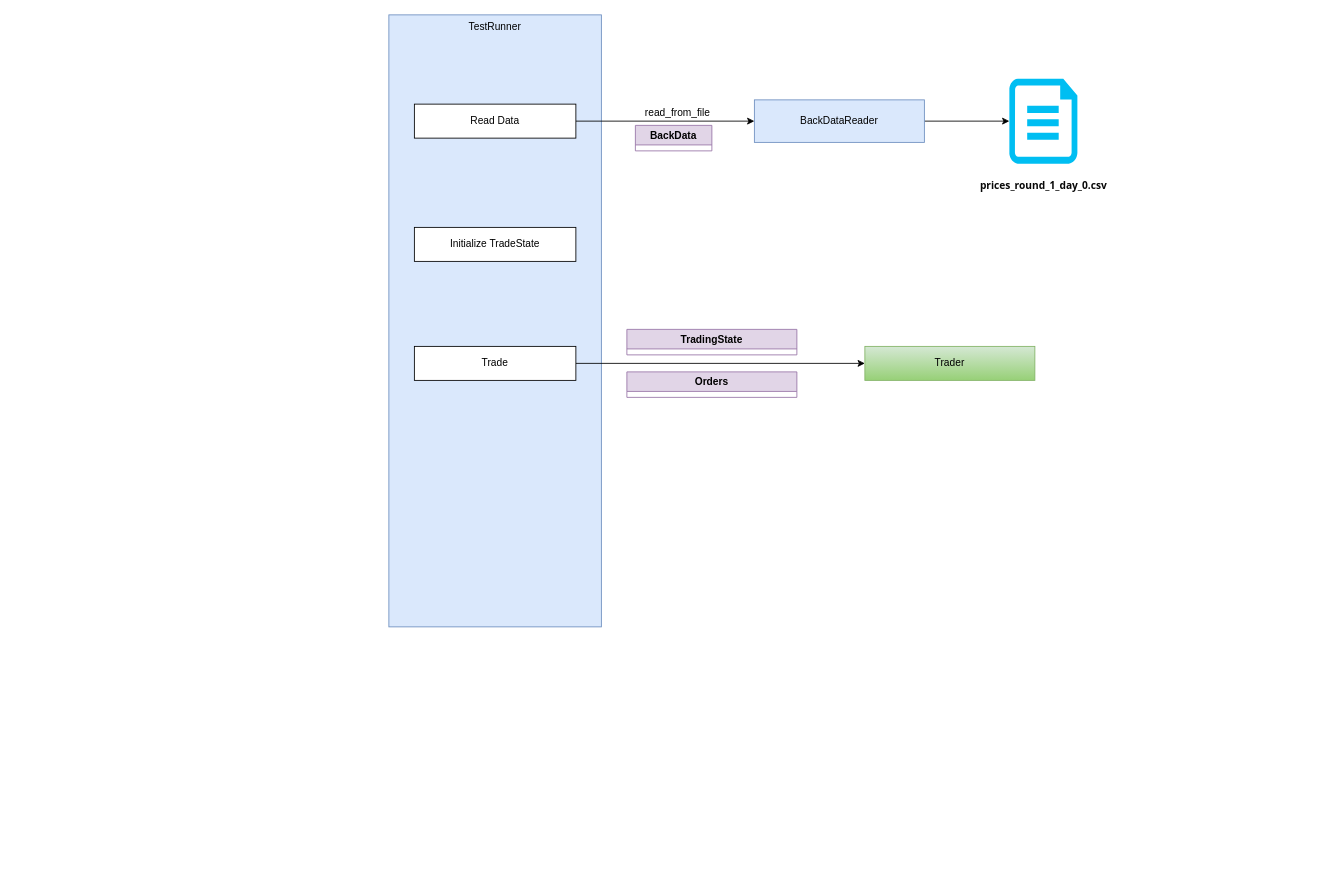
Earlier version of the draw.io diagram backtester.drawio (Fiend-Star/prosperity4-tester-private). Source tidied: cells renumbered, new cells numbered last; positions are measured from the earlier drawing's top-left corner, leaving out a move shared by most shapes. Both pictures are drawn from the tidied source at 85%, with x=0, y=0 at pixel (388, 14).
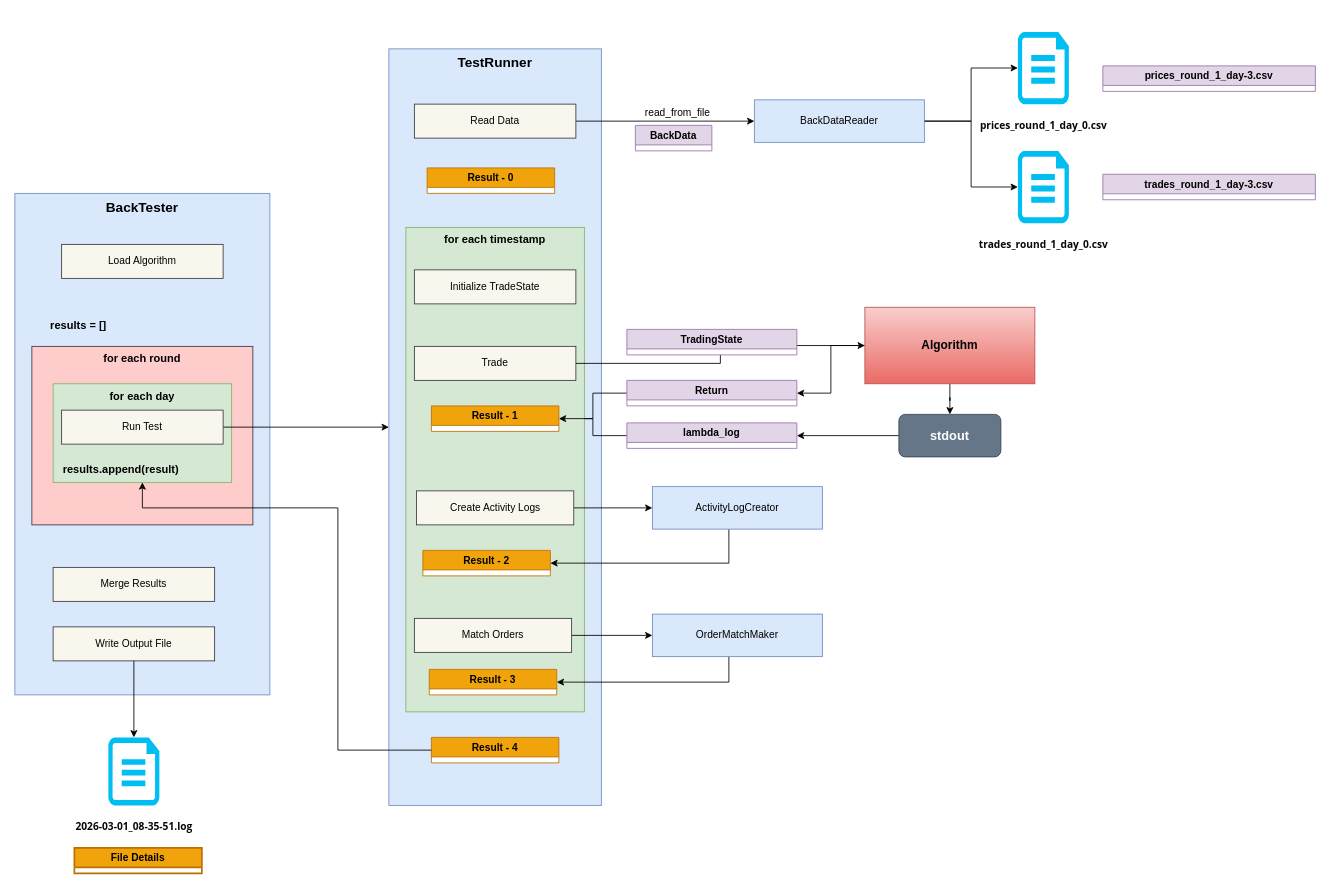
Above is the later version.

Unchanged cells that the change refers to:
```xml
<mxCell id="3" value="BackDataReader" style="rounded=0;whiteSpace=wrap;html=1;fillColor=#dae8fc;strokeColor=#6c8ebf;" parent="1" vertex="1">
  <mxGeometry x="430" y="100" width="200" height="50" as="geometry" />
</mxCell>
```

What changed in the source:
```diff
@@
     <mxCell id="4" value="&lt;div style=&quot;background-color:#ffffff;color:#080808&quot;&gt;&lt;pre style=&quot;font-family:'Segoe UI';font-size:9.0pt;&quot;&gt;&lt;b&gt;prices_round_1_day_0.csv&lt;/b&gt;&lt;/pre&gt;&lt;/div&gt;" style="verticalLabelPosition=bottom;html=1;verticalAlign=top;align=center;strokeColor=none;fillColor=#00BEF2;shape=mxgraph.azure.cloud_services_configuration_file;" parent="1" vertex="1">
-      <mxGeometry x="730" y="75" width="80" height="100" as="geometry" />
+      <mxGeometry x="740" y="20" width="60" height="85" as="geometry" />
     </mxCell>
-    <mxCell id="5" value="TestRunner" style="rounded=0;whiteSpace=wrap;html=1;fillColor=#dae8fc;strokeColor=#6c8ebf;verticalAlign=top;" parent="1" vertex="1">
-      <mxGeometry width="250" height="720" as="geometry" />
+    <mxCell id="5" value="TestRunner" style="rounded=0;whiteSpace=wrap;html=1;fillColor=#dae8fc;strokeColor=#6c8ebf;verticalAlign=top;fontStyle=1;fontSize=16;" parent="1" vertex="1">
+      <mxGeometry y="40" width="250" height="890" as="geometry" />
     </mxCell>
@@
+    <mxCell id="16" style="edgeStyle=orthogonalEdgeStyle;rounded=0;jettySize=auto;html=1;" parent="1" edge="1" source="7" target="23">
+      <mxGeometry relative="1" as="geometry" />
+    </mxCell>
+    <mxCell id="17" style="edgeStyle=orthogonalEdgeStyle;rounded=0;jettySize=auto;html=1;entryX=1;entryY=0.5;entryDx=0;entryDy=0;" parent="1" edge="1" source="7" target="8">
+      <mxGeometry relative="1" as="geometry" />
+    </mxCell>
-    <mxCell id="7" value="Trader" style="rounded=0;whiteSpace=wrap;html=1;fillColor=#d5e8d4;gradientColor=#97d077;strokeColor=#82b366;" parent="1" vertex="1">
-      <mxGeometry x="560" y="390" width="200" height="40" as="geometry" />
+    <mxCell id="7" value="&lt;b&gt;&lt;font style=&quot;font-size: 14px;&quot;&gt;Algorithm&lt;/font&gt;&lt;/b&gt;" style="rounded=0;whiteSpace=wrap;html=1;fillColor=#f8cecc;gradientColor=#ea6b66;strokeColor=#b85450;" parent="1" vertex="1">
+      <mxGeometry x="560" y="344" width="200" height="90" as="geometry" />
     </mxCell>
-    <mxCell id="8" value="Orders" style="swimlane;fillColor=#e1d5e7;strokeColor=#9673a6;glass=0;swimlaneLine=1;swimlaneFillColor=#FFFFFF;" parent="1" vertex="1" collapsed="1">
-      <mxGeometry x="280" y="420" width="200" height="30" as="geometry" />
-    </mxCell>
+    <mxCell id="18" style="edgeStyle=orthogonalEdgeStyle;rounded=0;jettySize=auto;html=1;entryX=1;entryY=0.5;entryDx=0;entryDy=0;" parent="1" edge="1" source="8" target="54">
+      <mxGeometry relative="1" as="geometry" />
+    </mxCell>
@@
-    <mxCell id="10" value="Read Data" style="rounded=0;whiteSpace=wrap;html=1;" parent="1" vertex="1">
+    <mxCell id="10" value="Read Data" style="rounded=0;whiteSpace=wrap;html=1;fillColor=#f9f7ed;strokeColor=#36393d;" parent="1" vertex="1">
       <mxGeometry x="30" y="105" width="190" height="40" as="geometry" />
     </mxCell>
+    <mxCell id="19" value="&lt;div style=&quot;background-color:#ffffff;color:#080808&quot;&gt;&lt;pre style=&quot;font-family:'Segoe UI';font-size:9.0pt;&quot;&gt;&lt;b&gt;trades_round_1_day_0.csv&lt;/b&gt;&lt;/pre&gt;&lt;/div&gt;" style="verticalLabelPosition=bottom;html=1;verticalAlign=top;align=center;strokeColor=none;fillColor=#00BEF2;shape=mxgraph.azure.cloud_services_configuration_file;" parent="1" vertex="1">
+      <mxGeometry x="740" y="160" width="60" height="85" as="geometry" />
+    </mxCell>
+    <mxCell id="20" style="edgeStyle=orthogonalEdgeStyle;rounded=0;jettySize=auto;html=1;entryX=0;entryY=0.5;entryDx=0;entryDy=0;entryPerimeter=0;" parent="1" edge="1" source="3" target="19">
+      <mxGeometry relative="1" as="geometry" />
+    </mxCell>
+    <mxCell id="21" value="for each timestamp" style="rounded=0;whiteSpace=wrap;html=1;fillColor=#d5e8d4;strokeColor=#82b366;fontStyle=1;fontSize=13;verticalAlign=top;" parent="1" vertex="1">
+      <mxGeometry x="20" y="250" width="210" height="570" as="geometry" />
+    </mxCell>
-    <mxCell id="11" value="Initialize TradeState" style="rounded=0;whiteSpace=wrap;html=1;" parent="1" vertex="1">
-      <mxGeometry x="30" y="250" width="190" height="40" as="geometry" />
+    <mxCell id="11" value="Initialize TradeState" style="rounded=0;whiteSpace=wrap;html=1;fillColor=#f9f7ed;strokeColor=#36393d;" parent="1" vertex="1">
+      <mxGeometry x="30" y="300" width="190" height="40" as="geometry" />
     </mxCell>
+    <mxCell id="13" value="Trade" style="rounded=0;whiteSpace=wrap;html=1;fillColor=#f9f7ed;strokeColor=#36393d;" parent="1" vertex="1">
+      <mxGeometry x="30" y="390" width="190" height="40" as="geometry" />
+    </mxCell>
@@
-    <mxCell id="13" value="Trade" style="rounded=0;whiteSpace=wrap;html=1;" parent="1" vertex="1">
-      <mxGeometry x="30" y="390" width="190" height="40" as="geometry" />
-    </mxCell>
+    <mxCell id="22" style="edgeStyle=orthogonalEdgeStyle;rounded=0;jettySize=auto;html=1;" parent="1" edge="1" source="23" target="53">
+      <mxGeometry relative="1" as="geometry" />
+    </mxCell>
+    <mxCell id="23" value="stdout" style="rounded=1;whiteSpace=wrap;html=1;fontStyle=1;fontSize=15;fillColor=#647687;strokeColor=#314354;fontColor=#ffffff;" parent="1" vertex="1">
+      <mxGeometry x="600" y="470" width="120" height="50" as="geometry" />
+    </mxCell>
+    <mxCell id="24" style="edgeStyle=orthogonalEdgeStyle;rounded=0;jettySize=auto;html=1;entryX=1;entryY=0.5;entryDx=0;entryDy=0;" parent="1" edge="1" source="53" target="54">
+      <mxGeometry relative="1" as="geometry" />
+    </mxCell>
+    <mxCell id="25" style="edgeStyle=orthogonalEdgeStyle;rounded=0;jettySize=auto;html=1;" parent="1" edge="1" source="26" target="32">
+      <mxGeometry relative="1" as="geometry" />
+    </mxCell>
+    <mxCell id="26" value="Create Activity Logs" style="rounded=0;whiteSpace=wrap;html=1;fillColor=#f9f7ed;strokeColor=#36393d;" parent="1" vertex="1">
+      <mxGeometry x="32.5" y="560" width="185" height="40" as="geometry" />
+    </mxCell>
+    <mxCell id="27" value="Result - 0" style="swimlane;fillColor=#f0a30a;strokeColor=#BD7000;glass=0;swimlaneLine=1;swimlaneFillColor=#FFFFFF;fontColor=#000000;" parent="1" vertex="1" collapsed="1">
+      <mxGeometry x="45" y="180" width="150" height="30" as="geometry" />
+    </mxCell>
+    <mxCell id="28" value="Result - 2" style="swimlane;fillColor=#f0a30a;strokeColor=#BD7000;glass=0;swimlaneLine=1;swimlaneFillColor=#FFFFFF;fontColor=#000000;" parent="1" vertex="1" collapsed="1">
+      <mxGeometry x="40" y="630" width="150" height="30" as="geometry" />
+    </mxCell>
+    <mxCell id="29" style="edgeStyle=orthogonalEdgeStyle;rounded=0;jettySize=auto;html=1;" parent="1" edge="1" source="30" target="34">
+      <mxGeometry relative="1" as="geometry" />
+    </mxCell>
+    <mxCell id="30" value="Match Orders" style="rounded=0;whiteSpace=wrap;html=1;fillColor=#f9f7ed;strokeColor=#36393d;" parent="1" vertex="1">
+      <mxGeometry x="30" y="710" width="185" height="40" as="geometry" />
+    </mxCell>
+    <mxCell id="31" style="edgeStyle=orthogonalEdgeStyle;rounded=0;jettySize=auto;html=1;entryX=1;entryY=0.5;entryDx=0;entryDy=0;" parent="1" edge="1" source="32" target="28">
+      <mxGeometry relative="1" as="geometry">
+        <Array as="points">
+          <mxPoint x="400" y="645" />
+        </Array>
+      </mxGeometry>
+    </mxCell>
+    <mxCell id="32" value="ActivityLogCreator" style="rounded=0;whiteSpace=wrap;html=1;fillColor=#dae8fc;strokeColor=#6c8ebf;" parent="1" vertex="1">
+      <mxGeometry x="310" y="555" width="200" height="50" as="geometry" />
+    </mxCell>
+    <mxCell id="33" style="edgeStyle=orthogonalEdgeStyle;rounded=0;jettySize=auto;html=1;entryX=1;entryY=0.5;entryDx=0;entryDy=0;" parent="1" edge="1" source="34" target="35">
+      <mxGeometry relative="1" as="geometry">
+        <Array as="points">
+          <mxPoint x="400" y="785" />
+        </Array>
+      </mxGeometry>
+    </mxCell>
+    <mxCell id="34" value="OrderMatchMaker" style="rounded=0;whiteSpace=wrap;html=1;fillColor=#dae8fc;strokeColor=#6c8ebf;" parent="1" vertex="1">
+      <mxGeometry x="310" y="705" width="200" height="50" as="geometry" />
+    </mxCell>
+    <mxCell id="35" value="Result - 3" style="swimlane;fillColor=#f0a30a;strokeColor=#BD7000;glass=0;swimlaneLine=1;swimlaneFillColor=#FFFFFF;fontColor=#000000;" parent="1" vertex="1" collapsed="1">
+      <mxGeometry x="47.5" y="770" width="150" height="30" as="geometry" />
+    </mxCell>
+    <mxCell id="36" value="Result - 4" style="swimlane;fillColor=#f0a30a;strokeColor=#BD7000;glass=0;swimlaneLine=1;swimlaneFillColor=#FFFFFF;fontColor=#000000;" parent="1" vertex="1" collapsed="1">
+      <mxGeometry x="50" y="850" width="150" height="30" as="geometry" />
+    </mxCell>
+    <mxCell id="37" value="BackTester" style="rounded=0;whiteSpace=wrap;html=1;fillColor=#dae8fc;strokeColor=#6c8ebf;verticalAlign=top;fontStyle=1;fontSize=16;" parent="1" vertex="1">
+      <mxGeometry x="-440" y="210" width="300" height="590" as="geometry" />
+    </mxCell>
+    <mxCell id="38" value="for each round" style="rounded=0;whiteSpace=wrap;html=1;fillColor=#ffcccc;strokeColor=#36393d;fontStyle=1;fontSize=13;verticalAlign=top;" parent="1" vertex="1">
+      <mxGeometry x="-420" y="390" width="260" height="210" as="geometry" />
+    </mxCell>
+    <mxCell id="39" value="for each day" style="rounded=0;whiteSpace=wrap;html=1;fillColor=#d5e8d4;strokeColor=#82b366;fontStyle=1;fontSize=13;verticalAlign=top;" parent="1" vertex="1">
+      <mxGeometry x="-395" y="434" width="210" height="116" as="geometry" />
+    </mxCell>
+    <mxCell id="40" style="edgeStyle=orthogonalEdgeStyle;rounded=0;jettySize=auto;html=1;" parent="1" edge="1" source="41" target="5">
+      <mxGeometry relative="1" as="geometry" />
+    </mxCell>
+    <mxCell id="41" value="Run Test" style="rounded=0;whiteSpace=wrap;html=1;fillColor=#f9f7ed;strokeColor=#36393d;" parent="1" vertex="1">
+      <mxGeometry x="-385" y="465" width="190" height="40" as="geometry" />
+    </mxCell>
+    <mxCell id="42" value="results = []" style="text;html=1;whiteSpace=wrap;strokeColor=none;fillColor=none;align=center;verticalAlign=middle;rounded=0;fontStyle=1;fontSize=13;" parent="1" vertex="1">
+      <mxGeometry x="-420" y="350" width="110" height="30" as="geometry" />
+    </mxCell>
+    <mxCell id="43" style="edgeStyle=orthogonalEdgeStyle;rounded=0;jettySize=auto;html=1;" parent="1" edge="1" source="36" target="39">
+      <mxGeometry relative="1" as="geometry">
+        <Array as="points">
+          <mxPoint x="-60" y="865" />
+          <mxPoint x="-60" y="580" />
+          <mxPoint x="-290" y="580" />
+        </Array>
+      </mxGeometry>
+    </mxCell>
+    <mxCell id="44" value="results.append(result)" style="text;html=1;whiteSpace=wrap;strokeColor=none;fillColor=none;align=center;verticalAlign=middle;rounded=0;fontStyle=1;fontSize=13;" parent="1" vertex="1">
+      <mxGeometry x="-370" y="520" width="110" height="30" as="geometry" />
+    </mxCell>
+    <mxCell id="45" value="Merge Results" style="rounded=0;whiteSpace=wrap;html=1;fillColor=#f9f7ed;strokeColor=#36393d;" parent="1" vertex="1">
+      <mxGeometry x="-395" y="650" width="190" height="40" as="geometry" />
+    </mxCell>
+    <mxCell id="46" value="Load Algorithm" style="rounded=0;whiteSpace=wrap;html=1;fillColor=#f9f7ed;strokeColor=#36393d;" parent="1" vertex="1">
+      <mxGeometry x="-385" y="270" width="190" height="40" as="geometry" />
+    </mxCell>
+    <mxCell id="47" value="Write Output File" style="rounded=0;whiteSpace=wrap;html=1;fillColor=#f9f7ed;strokeColor=#36393d;" parent="1" vertex="1">
+      <mxGeometry x="-395" y="720" width="190" height="40" as="geometry" />
+    </mxCell>
+    <mxCell id="48" value="&lt;div style=&quot;background-color:#ffffff;color:#080808&quot;&gt;&lt;pre style=&quot;font-family:'Segoe UI';font-size:9.0pt;&quot;&gt;&lt;b&gt;2026-03-01_08-35-51.log&lt;/b&gt;&lt;/pre&gt;&lt;/div&gt;" style="verticalLabelPosition=bottom;html=1;verticalAlign=top;align=center;strokeColor=none;fillColor=#00BEF2;shape=mxgraph.azure.cloud_services_configuration_file;" parent="1" vertex="1">
+      <mxGeometry x="-330" y="850" width="60" height="80" as="geometry" />
+    </mxCell>
+    <mxCell id="49" style="edgeStyle=orthogonalEdgeStyle;rounded=0;jettySize=auto;html=1;entryX=0.5;entryY=0;entryDx=0;entryDy=0;entryPerimeter=0;" parent="1" edge="1" source="47" target="48">
+      <mxGeometry relative="1" as="geometry" />
+    </mxCell>
+    <mxCell id="50" value="File Details" style="swimlane;fillColor=#f0a30a;strokeColor=#BD7000;glass=0;swimlaneLine=1;swimlaneFillColor=#FFFFFF;fontColor=#000000;strokeWidth=2;" parent="1" vertex="1" collapsed="1">
+      <mxGeometry x="-370" y="980" width="150" height="30" as="geometry" />
+    </mxCell>
+    <mxCell id="51" value="prices_round_1_day-3.csv" style="swimlane;fillColor=#e1d5e7;strokeColor=#9673a6;glass=0;swimlaneLine=1;swimlaneFillColor=#FFFFFF;" parent="1" vertex="1" collapsed="1">
+      <mxGeometry x="840" y="60" width="250" height="30" as="geometry" />
+    </mxCell>
+    <mxCell id="52" value="trades_round_1_day-3.csv" style="swimlane;fillColor=#e1d5e7;strokeColor=#9673a6;glass=0;swimlaneLine=1;swimlaneFillColor=#FFFFFF;" parent="1" vertex="1" collapsed="1">
+      <mxGeometry x="840" y="187.5" width="250" height="30" as="geometry" />
+    </mxCell>
+    <mxCell id="53" value="lambda_log" style="swimlane;fillColor=#e1d5e7;strokeColor=#9673a6;glass=0;swimlaneLine=1;swimlaneFillColor=#FFFFFF;" parent="1" vertex="1" collapsed="1">
+      <mxGeometry x="280" y="480" width="200" height="30" as="geometry" />
+    </mxCell>
+    <mxCell id="8" value="Return" style="swimlane;fillColor=#e1d5e7;strokeColor=#9673a6;glass=0;swimlaneLine=1;swimlaneFillColor=#FFFFFF;" parent="1" vertex="1" collapsed="1">
+      <mxGeometry x="280" y="430" width="200" height="30" as="geometry" />
+    </mxCell>
@@
+    <mxCell id="54" value="Result - 1" style="swimlane;fillColor=#f0a30a;strokeColor=#BD7000;glass=0;swimlaneLine=1;swimlaneFillColor=#FFFFFF;fontColor=#000000;" parent="1" vertex="1" collapsed="1">
+      <mxGeometry x="50" y="460" width="150" height="30" as="geometry" />
+    </mxCell>
```
